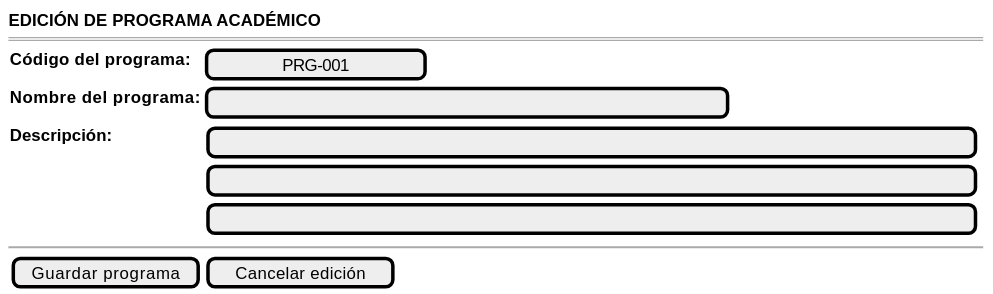
This is images/RUP/00-casos-uso/02-detalle/editarPrograma/editarPrograma-wireframe.svg from Hexcss/scheduler, a PlantUML export, as it was before one commit.
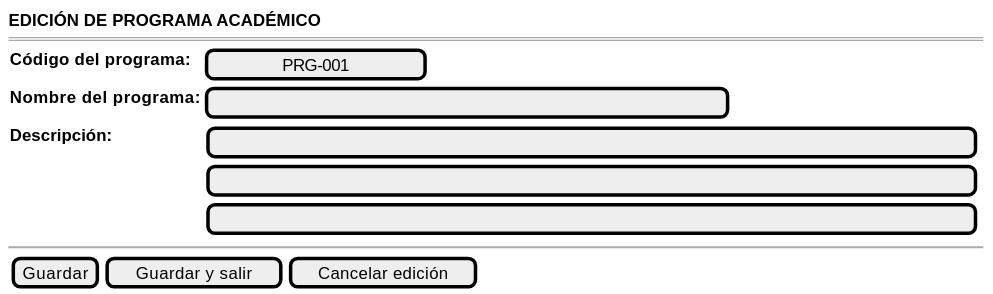
After the commit.

Change to the diagram source:
```diff
@@ -15,7 +15,7 @@
 
     ~~
 
-    {[Guardar programa] | [Cancelar edición]}
+    {[Guardar] | [Guardar y salir] | [Cancelar edición]}
 }
 
 @endsalt
```
